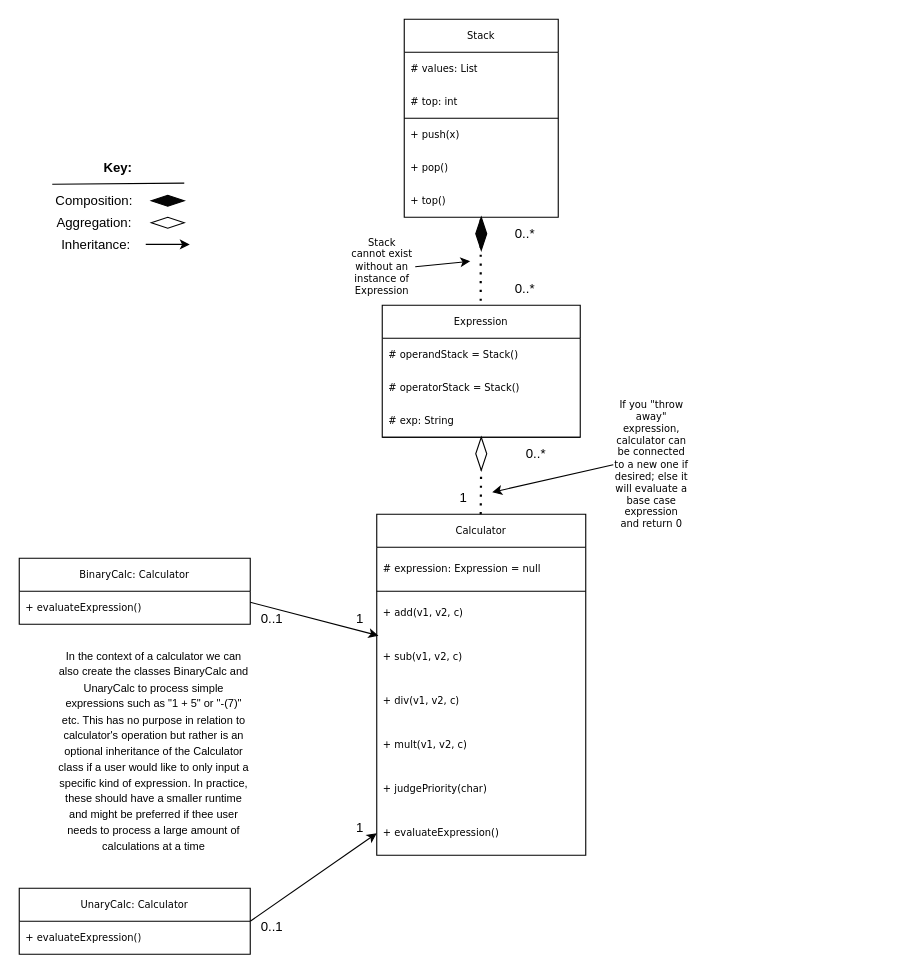
Above: Lab1ClassDiagram.drawio in matty-gg/CSE2102-SP24-Lab1-Group19 (draw.io), before the change. Source tidied: cells renumbered, new cells numbered last; positions are measured from the earlier drawing's top-left corner, leaving out a move shared by most shapes. Both pictures are drawn from the tidied source at 110%, with x=0, y=0 at pixel (19, 19).
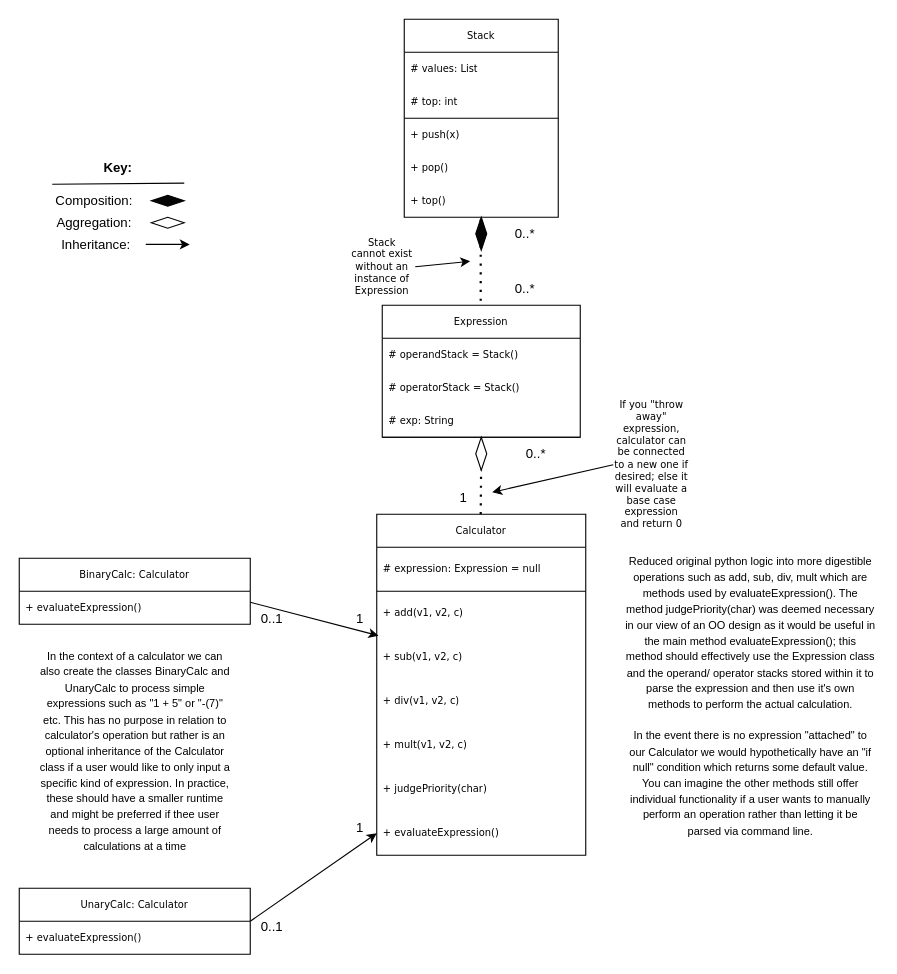
The same page after the edit.

Commit message:
Added class desc

The edit, as a diff of the source:
```diff
@@
     <mxCell id="55" value="&lt;font style=&quot;font-size: 10px;&quot;&gt;In the context of a calculator we can also create the classes BinaryCalc and UnaryCalc to process simple expressions such as &quot;1 + 5&quot; or &quot;-(7)&quot; etc. This has no purpose in relation to calculator's operation but rather is an optional inheritance of the Calculator class if a user would like to only input a specific kind of expression. In practice, these should have a smaller runtime and might be preferred if thee user needs to process a large amount of calculations at a time&lt;/font&gt;" style="text;html=1;strokeColor=none;fillColor=none;align=center;verticalAlign=middle;whiteSpace=wrap;rounded=0;" parent="1" vertex="1">
-      <mxGeometry x="35" y="650" width="175" height="30" as="geometry" />
+      <mxGeometry x="17.5" y="650" width="175" height="30" as="geometry" />
     </mxCell>
+    <mxCell id="56" value="&lt;font style=&quot;font-size: 10px;&quot;&gt;Reduced original python logic into more digestible operations such as add, sub, div, mult which are methods used by evaluateExpression(). The method judgePriority(char) was deemed necessary in our view of an OO design as it would be useful in the main method evaluateExpression(); this method should effectively use the Expression class and the operand/ operator stacks stored within it to parse the expression and then use it's own methods to perform the actual calculation.&lt;br&gt;&lt;br&gt;In the event there is no expression &quot;attached&quot; to our Calculator we would hypothetically have an &quot;if null&quot; condition which returns some default value. You can imagine the other methods still offer individual functionality if a user wants to manually perform an operation rather than letting it be parsed via command line.&lt;br&gt;&lt;/font&gt;" style="text;html=1;strokeColor=none;fillColor=none;align=center;verticalAlign=middle;whiteSpace=wrap;rounded=0;" parent="1" vertex="1">
+      <mxGeometry x="550" y="600" width="230" height="30" as="geometry" />
+    </mxCell>
```
